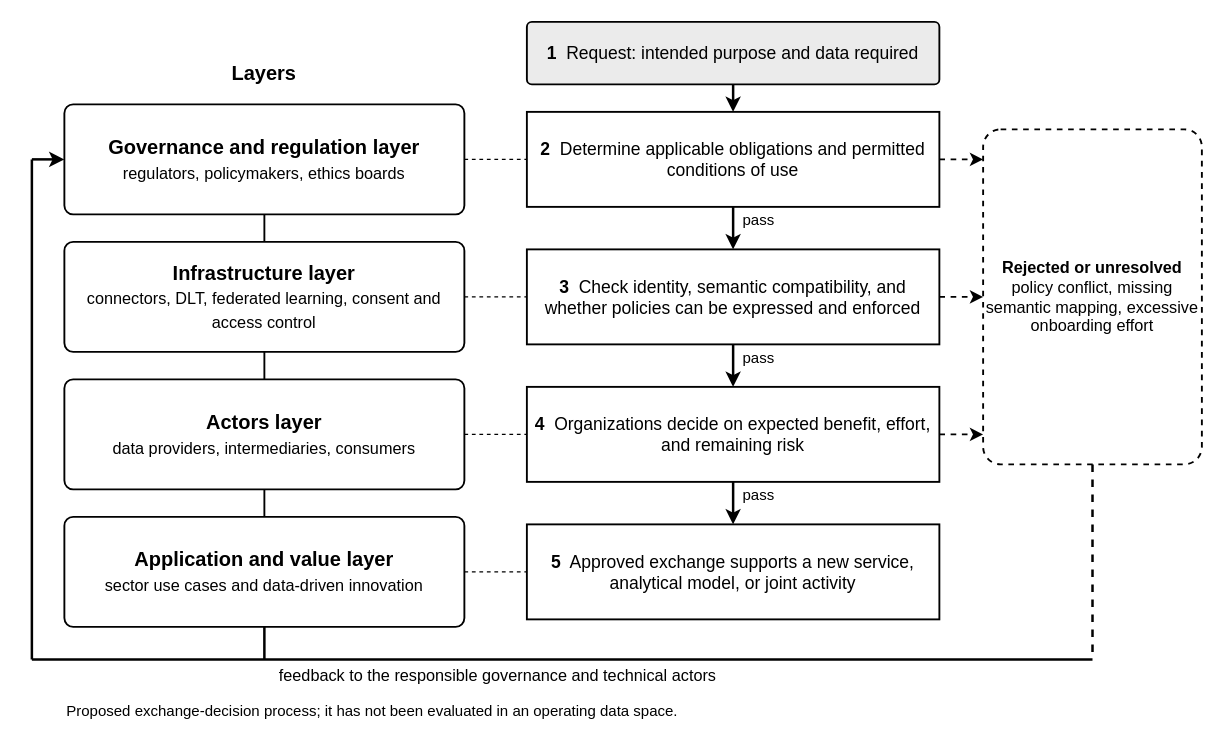
Before: figures/fig_ddsf_framework.drawio in egagraha/slr-dataspace, a draw.io diagram. Source tidied: cells renumbered, new cells numbered last; positions are measured from the earlier drawing's top-left corner, leaving out a move shared by most shapes. Both pictures are drawn from the tidied source at 125%, with x=0, y=0 at pixel (31, 21).
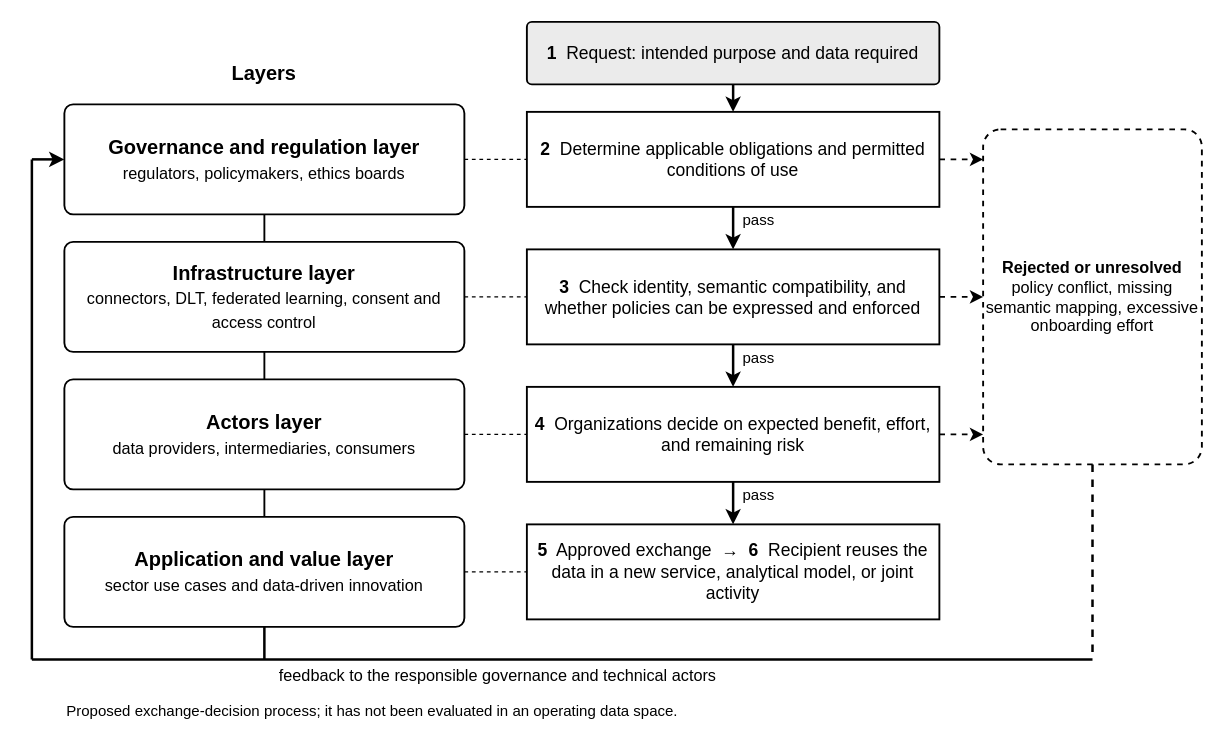
Above is the later version.

Commit message (it also covers changes not shown here):
Figure 5 reuse step; scale for rule-routine consistency

Diff of the diagram source:
```diff
@@
-    <mxCell id="17" value="&lt;b&gt;5&lt;/b&gt;&amp;nbsp; Approved exchange supports a new service, analytical model, or joint activity" style="rounded=0;whiteSpace=wrap;html=1;fillColor=#ffffff;strokeColor=#000000;strokeWidth=1.5;fontFamily=Helvetica;fontSize=14;fontColor=#000000;fontStyle=0;align=center;verticalAlign=middle;dashed=0;" parent="1" vertex="1">
+    <mxCell id="17" value="&lt;b&gt;5&lt;/b&gt;&amp;nbsp; Approved exchange&amp;nbsp; &amp;rarr;&amp;nbsp; &lt;b&gt;6&lt;/b&gt;&amp;nbsp; Recipient reuses the data in a new service, analytical model, or joint activity" style="rounded=0;whiteSpace=wrap;html=1;fillColor=#ffffff;strokeColor=#000000;strokeWidth=1.5;fontFamily=Helvetica;fontSize=14;fontColor=#000000;fontStyle=0;align=center;verticalAlign=middle;dashed=0;" parent="1" vertex="1">
       <mxGeometry x="396" y="402" width="330" height="76" as="geometry" />
     </mxCell>
```
